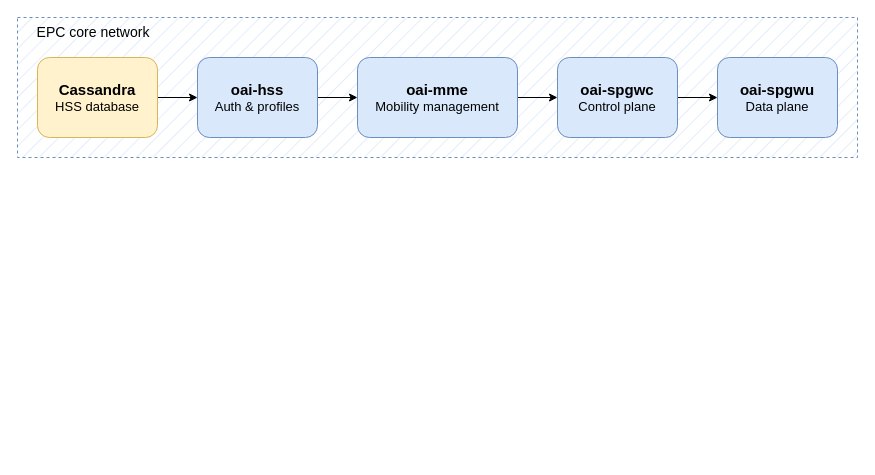
Earlier version of the draw.io diagram Overall Sytem.drawio (Graduation-Project-VHT/Diagrams). Source tidied: cells renumbered, new cells numbered last; positions are measured from the earlier drawing's top-left corner, leaving out a move shared by most shapes. Both pictures are drawn from the tidied source at 100%, with x=0, y=0 at pixel (17, 17).
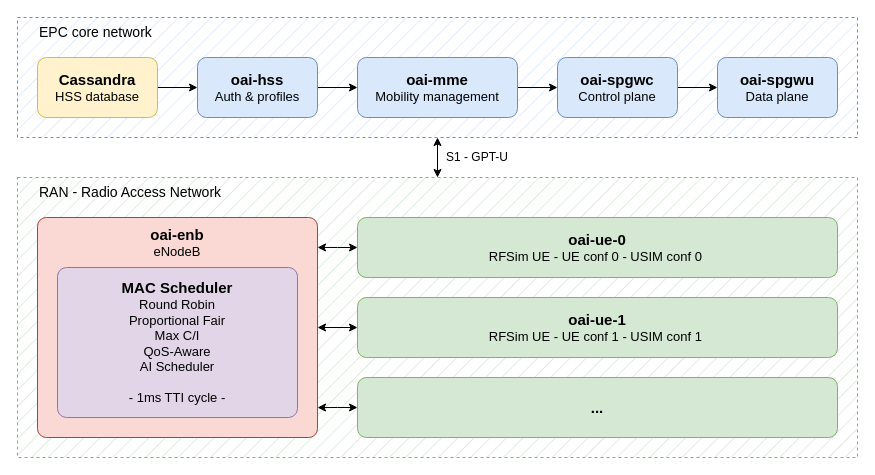
Above is the later version.

What changed in the source:
```diff
@@
+    <mxCell id="13" style="rounded=0;whiteSpace=wrap;html=1;fillColor=#d5e8d4;strokeColor=#82b366;fillStyle=hatch;dashed=1;" parent="1" vertex="1">
+      <mxGeometry y="160" width="840" height="280" as="geometry" />
+    </mxCell>
+    <mxCell id="14" style="edgeStyle=orthogonalEdgeStyle;rounded=0;jettySize=auto;html=1;entryX=0.5;entryY=0;entryDx=0;entryDy=0;startArrow=classic;startFill=1;" parent="1" edge="1" source="2" target="13">
+      <mxGeometry relative="1" as="geometry" />
+    </mxCell>
     <mxCell id="2" style="rounded=0;whiteSpace=wrap;html=1;dashed=1;fillColor=#dae8fc;strokeColor=#6c8ebf;fillStyle=hatch;" parent="1" vertex="1">
-      <mxGeometry width="840" height="140" as="geometry" />
+      <mxGeometry width="840" height="120" as="geometry" />
     </mxCell>
@@
     <mxCell id="4" value="&lt;font style=&quot;font-size: 15px;&quot;&gt;&lt;b&gt;Cassandra&lt;/b&gt;&lt;/font&gt;&lt;div&gt;&lt;font style=&quot;font-size: 13px;&quot;&gt;HSS database&lt;/font&gt;&lt;/div&gt;" style="rounded=1;whiteSpace=wrap;html=1;fillColor=#fff2cc;strokeColor=#d6b656;" parent="1" vertex="1">
-      <mxGeometry x="20" y="40" width="120" height="80" as="geometry" />
+      <mxGeometry x="20" y="40" width="120" height="60" as="geometry" />
     </mxCell>
@@
     <mxCell id="6" value="&lt;span style=&quot;font-size: 15px;&quot;&gt;&lt;b&gt;oai-hss&lt;/b&gt;&lt;/span&gt;&lt;br&gt;&lt;div&gt;&lt;font style=&quot;font-size: 13px;&quot;&gt;Auth &amp;amp; profiles&lt;/font&gt;&lt;/div&gt;" style="rounded=1;whiteSpace=wrap;html=1;fillColor=#dae8fc;strokeColor=#6c8ebf;" parent="1" vertex="1">
-      <mxGeometry x="180" y="40" width="120" height="80" as="geometry" />
+      <mxGeometry x="180" y="40" width="120" height="60" as="geometry" />
     </mxCell>
@@
     <mxCell id="8" value="&lt;span style=&quot;font-size: 15px;&quot;&gt;&lt;b&gt;oai-mme&lt;/b&gt;&lt;/span&gt;&lt;div&gt;&lt;span style=&quot;font-size: 13px;&quot;&gt;Mobility management&lt;/span&gt;&lt;/div&gt;" style="rounded=1;whiteSpace=wrap;html=1;fillColor=#dae8fc;strokeColor=#6c8ebf;" parent="1" vertex="1">
-      <mxGeometry x="340" y="40" width="160" height="80" as="geometry" />
+      <mxGeometry x="340" y="40" width="160" height="60" as="geometry" />
     </mxCell>
@@
     <mxCell id="10" value="&lt;span style=&quot;font-size: 15px;&quot;&gt;&lt;b&gt;oai-spgwc&lt;/b&gt;&lt;/span&gt;&lt;div&gt;&lt;span style=&quot;font-size: 13px;&quot;&gt;Control plane&lt;/span&gt;&lt;/div&gt;" style="rounded=1;whiteSpace=wrap;html=1;fillColor=#dae8fc;strokeColor=#6c8ebf;" parent="1" vertex="1">
-      <mxGeometry x="540" y="40" width="120" height="80" as="geometry" />
+      <mxGeometry x="540" y="40" width="120" height="60" as="geometry" />
     </mxCell>
     <mxCell id="11" value="&lt;span style=&quot;font-size: 15px;&quot;&gt;&lt;b&gt;oai-spgwu&lt;/b&gt;&lt;/span&gt;&lt;div&gt;&lt;span style=&quot;font-size: 13px;&quot;&gt;Data plane&lt;/span&gt;&lt;/div&gt;" style="rounded=1;whiteSpace=wrap;html=1;fillColor=#dae8fc;strokeColor=#6c8ebf;" parent="1" vertex="1">
-      <mxGeometry x="700" y="40" width="120" height="80" as="geometry" />
+      <mxGeometry x="700" y="40" width="120" height="60" as="geometry" />
     </mxCell>
-    <mxCell id="12" value="EPC core network" style="text;html=1;whiteSpace=wrap;strokeColor=none;fillColor=none;align=center;verticalAlign=middle;rounded=0;fontSize=14;" parent="1" vertex="1">
-      <mxGeometry x="16" width="120" height="30" as="geometry" />
+    <mxCell id="12" value="EPC core network" style="text;html=1;whiteSpace=wrap;strokeColor=none;fillColor=none;align=left;verticalAlign=middle;rounded=0;fontSize=14;" parent="1" vertex="1">
+      <mxGeometry x="20" width="120" height="30" as="geometry" />
     </mxCell>
+    <mxCell id="15" style="rounded=1;whiteSpace=wrap;html=1;arcSize=4;fillColor=#fad9d5;strokeColor=#ae4132;" parent="1" vertex="1">
+      <mxGeometry x="20" y="200" width="280" height="220" as="geometry" />
+    </mxCell>
+    <mxCell id="16" value="&lt;font style=&quot;font-size: 15px;&quot;&gt;&lt;b&gt;MAC Scheduler&lt;/b&gt;&lt;/font&gt;&lt;div&gt;&lt;div&gt;&lt;font style=&quot;font-size: 13px;&quot;&gt;Round Robin&lt;/font&gt;&lt;/div&gt;&lt;div&gt;&lt;font style=&quot;font-size: 13px;&quot;&gt;Proportional Fair&lt;/font&gt;&lt;/div&gt;&lt;div&gt;&lt;font style=&quot;font-size: 13px;&quot;&gt;Max C/I&lt;/font&gt;&lt;/div&gt;&lt;div&gt;&lt;font style=&quot;font-size: 13px;&quot;&gt;QoS-Aware&lt;/font&gt;&lt;/div&gt;&lt;div&gt;&lt;font style=&quot;font-size: 13px;&quot;&gt;AI Scheduler&lt;/font&gt;&lt;/div&gt;&lt;div&gt;&lt;font style=&quot;font-size: 13px;&quot;&gt;&lt;br&gt;&lt;/font&gt;&lt;/div&gt;&lt;div&gt;&lt;font style=&quot;font-size: 13px;&quot;&gt;- 1ms TTI cycle -&lt;/font&gt;&lt;/div&gt;&lt;/div&gt;" style="rounded=1;whiteSpace=wrap;html=1;arcSize=6;fillColor=#e1d5e7;strokeColor=#9673a6;" parent="1" vertex="1">
+      <mxGeometry x="40" y="250" width="240" height="150" as="geometry" />
+    </mxCell>
+    <mxCell id="17" value="&lt;font style=&quot;font-size: 15px;&quot;&gt;&lt;b&gt;oai-enb&lt;/b&gt;&lt;/font&gt;&lt;div&gt;&lt;font style=&quot;font-size: 13px;&quot;&gt;eNodeB&lt;/font&gt;&lt;/div&gt;" style="text;html=1;whiteSpace=wrap;strokeColor=none;fillColor=none;align=center;verticalAlign=middle;rounded=0;" parent="1" vertex="1">
+      <mxGeometry x="130" y="210" width="60" height="30" as="geometry" />
+    </mxCell>
+    <mxCell id="18" style="edgeStyle=orthogonalEdgeStyle;rounded=0;jettySize=auto;html=1;entryX=1;entryY=0.136;entryDx=0;entryDy=0;entryPerimeter=0;startArrow=classic;startFill=1;" parent="1" edge="1" source="19" target="15">
+      <mxGeometry relative="1" as="geometry" />
+    </mxCell>
+    <mxCell id="19" value="&lt;font style=&quot;font-size: 15px;&quot;&gt;&lt;b&gt;oai-ue-0&lt;/b&gt;&lt;/font&gt;&lt;div&gt;&lt;font style=&quot;font-size: 13px;&quot;&gt;RFSim UE - UE conf 0 - USIM conf 0&lt;/font&gt;&amp;nbsp;&lt;/div&gt;" style="rounded=1;whiteSpace=wrap;html=1;fillColor=#d5e8d4;strokeColor=#82b366;" parent="1" vertex="1">
+      <mxGeometry x="340" y="200" width="480" height="60" as="geometry" />
+    </mxCell>
+    <mxCell id="20" style="edgeStyle=orthogonalEdgeStyle;rounded=0;jettySize=auto;html=1;entryX=1;entryY=0.5;entryDx=0;entryDy=0;startArrow=classic;startFill=1;" parent="1" edge="1" source="21" target="15">
+      <mxGeometry relative="1" as="geometry" />
+    </mxCell>
+    <mxCell id="21" value="&lt;font style=&quot;font-size: 15px;&quot;&gt;&lt;b&gt;oai-ue-1&lt;/b&gt;&lt;/font&gt;&lt;div&gt;&lt;font style=&quot;font-size: 13px;&quot;&gt;RFSim UE - UE conf 1 - USIM conf 1&lt;/font&gt;&amp;nbsp;&lt;/div&gt;" style="rounded=1;whiteSpace=wrap;html=1;fillColor=#d5e8d4;strokeColor=#82b366;" parent="1" vertex="1">
+      <mxGeometry x="340" y="280" width="480" height="60" as="geometry" />
+    </mxCell>
+    <mxCell id="22" style="edgeStyle=orthogonalEdgeStyle;rounded=0;jettySize=auto;html=1;entryX=1;entryY=0.864;entryDx=0;entryDy=0;entryPerimeter=0;startArrow=classic;startFill=1;" parent="1" edge="1" source="23" target="15">
+      <mxGeometry relative="1" as="geometry" />
+    </mxCell>
+    <mxCell id="23" value="&lt;span style=&quot;font-size: 15px;&quot;&gt;&lt;b&gt;...&lt;/b&gt;&lt;/span&gt;" style="rounded=1;whiteSpace=wrap;html=1;fillColor=#d5e8d4;strokeColor=#82b366;" parent="1" vertex="1">
+      <mxGeometry x="340" y="360" width="480" height="60" as="geometry" />
+    </mxCell>
+    <mxCell id="24" value="RAN - Radio Access Network" style="text;html=1;whiteSpace=wrap;strokeColor=none;fillColor=none;align=left;verticalAlign=middle;rounded=0;fontSize=14;" parent="1" vertex="1">
+      <mxGeometry x="20" y="160" width="194" height="30" as="geometry" />
+    </mxCell>
+    <mxCell id="25" value="S1 - GPT-U" style="text;html=1;whiteSpace=wrap;strokeColor=none;fillColor=none;align=left;verticalAlign=middle;rounded=0;" parent="1" vertex="1">
+      <mxGeometry x="427" y="120" width="70" height="40" as="geometry" />
+    </mxCell>
```
